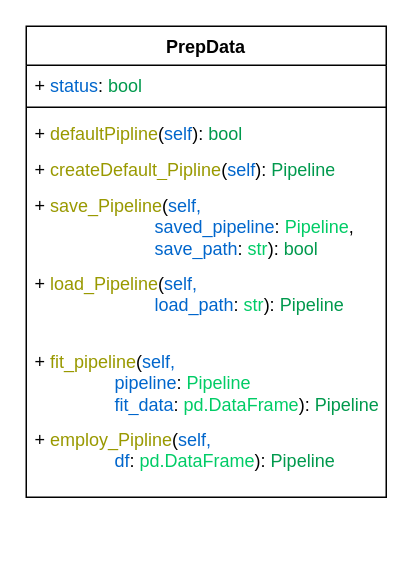
The draw.io diagram page "Классы" (1 of 2) of Diagrams.drawio in Dimitriy200/diplom_autoencoder, before the edit. Source tidied: cells renumbered, new cells numbered last; positions are measured from the earlier drawing's top-left corner, leaving out a move shared by most shapes. Both pictures are drawn from the tidied source at 150%, with x=0, y=0 at pixel (26, 26).
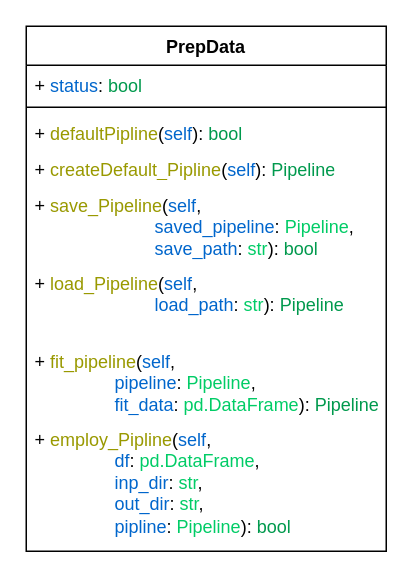
The same page after the edit.

Change to the diagram source:
```diff
@@
 <mxGraphModel>
   <root>
     <mxCell id="0" />
     <mxCell id="1" parent="0" />
     <mxCell id="2" value="PrepData" style="swimlane;fontStyle=1;align=center;verticalAlign=top;horizontal=1;startSize=26;whiteSpace=wrap;html=1;" parent="1" vertex="1">
-      <mxGeometry width="240" height="314" as="geometry" />
+      <mxGeometry width="240" height="350" as="geometry" />
     </mxCell>
     <mxCell id="3" value="+ &lt;font color=&quot;#0066cc&quot;&gt;status&lt;/font&gt;&lt;span style=&quot;background-color: initial;&quot;&gt;:&amp;nbsp;&lt;/span&gt;&lt;font style=&quot;background-color: initial;&quot; color=&quot;#00994d&quot;&gt;bool&lt;/font&gt;" style="text;strokeColor=none;fillColor=none;align=left;verticalAlign=top;spacingLeft=4;spacingRight=4;overflow=hidden;whiteSpace=wrap;html=1;" parent="2" vertex="1">
       <mxGeometry y="26" width="240" height="24" as="geometry" />
     </mxCell>
     <mxCell id="4" style="line;strokeWidth=1;fillColor=none;align=left;verticalAlign=middle;spacingTop=-1;spacingLeft=3;spacingRight=3;labelPosition=right;strokeColor=inherit;" parent="2" vertex="1">
       <mxGeometry y="50" width="240" height="8" as="geometry" />
     </mxCell>
     <mxCell id="5" value="+ &lt;font color=&quot;#999900&quot;&gt;defaultPipline&lt;/font&gt;(&lt;font color=&quot;#0066cc&quot;&gt;self&lt;/font&gt;&lt;span style=&quot;background-color: initial;&quot;&gt;):&amp;nbsp;&lt;/span&gt;&lt;font style=&quot;background-color: initial;&quot; color=&quot;#00994d&quot;&gt;bool&lt;/font&gt;" style="text;strokeColor=none;fillColor=none;align=left;verticalAlign=top;spacingLeft=4;spacingRight=4;overflow=hidden;whiteSpace=wrap;html=1;" parent="2" vertex="1">
       <mxGeometry y="58" width="240" height="24" as="geometry" />
     </mxCell>
     <mxCell id="6" value="+ &lt;font color=&quot;#999900&quot;&gt;createDefault_Pipline&lt;/font&gt;(&lt;font color=&quot;#0066cc&quot;&gt;self&lt;/font&gt;&lt;span style=&quot;background-color: initial;&quot;&gt;):&amp;nbsp;&lt;/span&gt;&lt;font color=&quot;#00994d&quot;&gt;Pipeline&lt;/font&gt;" style="text;strokeColor=none;fillColor=none;align=left;verticalAlign=top;spacingLeft=4;spacingRight=4;overflow=hidden;whiteSpace=wrap;html=1;" parent="2" vertex="1">
       <mxGeometry y="82" width="240" height="24" as="geometry" />
     </mxCell>
-    <mxCell id="7" value="+ &lt;font color=&quot;#999900&quot;&gt;save_Pipeline&lt;/font&gt;(&lt;font color=&quot;#0066cc&quot;&gt;self,&amp;nbsp;&lt;/font&gt;&lt;div&gt;&lt;font color=&quot;#0066cc&quot;&gt;&lt;span style=&quot;white-space: pre;&quot;&gt;&#9;&lt;/span&gt;&lt;span style=&quot;white-space: pre;&quot;&gt;&#9;&lt;/span&gt;&lt;span style=&quot;white-space: pre;&quot;&gt;&#9;&lt;/span&gt;saved_pipeline&lt;/font&gt;: &lt;font color=&quot;#00cc66&quot;&gt;Pipeline&lt;/font&gt;,&lt;div&gt;&lt;span style=&quot;white-space: pre;&quot;&gt;&#9;&lt;/span&gt;&lt;span style=&quot;white-space: pre;&quot;&gt;&#9;&lt;/span&gt;&lt;span style=&quot;white-space: pre;&quot;&gt;&#9;&lt;/span&gt;&lt;span style=&quot;background-color: initial;&quot;&gt;&lt;font color=&quot;#0066cc&quot;&gt;save_path&lt;/font&gt;: &lt;font color=&quot;#00cc66&quot;&gt;str&lt;/font&gt;&lt;/span&gt;&lt;span style=&quot;background-color: initial;&quot;&gt;): &lt;font color=&quot;#00994d&quot;&gt;bool&lt;/font&gt;&lt;/span&gt;&lt;/div&gt;&lt;/div&gt;" style="text;strokeColor=none;fillColor=none;align=left;verticalAlign=top;spacingLeft=4;spacingRight=4;overflow=hidden;whiteSpace=wrap;html=1;" parent="2" vertex="1">
+    <mxCell id="7" value="+ &lt;font color=&quot;#999900&quot;&gt;save_Pipeline&lt;/font&gt;(&lt;font color=&quot;#0066cc&quot;&gt;self&lt;/font&gt;,&lt;div&gt;&lt;font color=&quot;#0066cc&quot;&gt;&lt;span style=&quot;white-space: pre;&quot;&gt;&#9;&lt;/span&gt;&lt;span style=&quot;white-space: pre;&quot;&gt;&#9;&lt;/span&gt;&lt;span style=&quot;white-space: pre;&quot;&gt;&#9;&lt;/span&gt;saved_pipeline&lt;/font&gt;: &lt;font color=&quot;#00cc66&quot;&gt;Pipeline&lt;/font&gt;,&lt;div&gt;&lt;span style=&quot;white-space: pre;&quot;&gt;&#9;&lt;/span&gt;&lt;span style=&quot;white-space: pre;&quot;&gt;&#9;&lt;/span&gt;&lt;span style=&quot;white-space: pre;&quot;&gt;&#9;&lt;/span&gt;&lt;span style=&quot;background-color: initial;&quot;&gt;&lt;font color=&quot;#0066cc&quot;&gt;save_path&lt;/font&gt;: &lt;font color=&quot;#00cc66&quot;&gt;str&lt;/font&gt;&lt;/span&gt;&lt;span style=&quot;background-color: initial;&quot;&gt;): &lt;font color=&quot;#00994d&quot;&gt;bool&lt;/font&gt;&lt;/span&gt;&lt;/div&gt;&lt;/div&gt;" style="text;strokeColor=none;fillColor=none;align=left;verticalAlign=top;spacingLeft=4;spacingRight=4;overflow=hidden;whiteSpace=wrap;html=1;" parent="2" vertex="1">
       <mxGeometry y="106" width="240" height="52" as="geometry" />
     </mxCell>
-    <mxCell id="8" value="+ &lt;font color=&quot;#999900&quot;&gt;load_Pipeline&lt;/font&gt;(&lt;font color=&quot;#0066cc&quot;&gt;self,&amp;nbsp;&lt;/font&gt;&lt;div&gt;&lt;font style=&quot;background-color: initial;&quot; color=&quot;#0066cc&quot;&gt;&lt;span style=&quot;white-space: pre;&quot;&gt;&#9;&lt;/span&gt;&lt;span style=&quot;white-space: pre;&quot;&gt;&#9;&lt;/span&gt;&lt;span style=&quot;white-space: pre;&quot;&gt;&#9;&lt;/span&gt;load_path&lt;/font&gt;&lt;span style=&quot;background-color: initial;&quot;&gt;: &lt;/span&gt;&lt;font style=&quot;background-color: initial;&quot; color=&quot;#00cc66&quot;&gt;str&lt;/font&gt;&lt;span style=&quot;background-color: initial;&quot;&gt;):&amp;nbsp;&lt;/span&gt;&lt;span style=&quot;color: rgb(0, 153, 77); background-color: initial;&quot;&gt;Pipeline&lt;/span&gt;&lt;/div&gt;" style="text;strokeColor=none;fillColor=none;align=left;verticalAlign=top;spacingLeft=4;spacingRight=4;overflow=hidden;whiteSpace=wrap;html=1;" parent="2" vertex="1">
+    <mxCell id="8" value="+ &lt;font color=&quot;#999900&quot;&gt;load_Pipeline&lt;/font&gt;(&lt;font color=&quot;#0066cc&quot;&gt;self&lt;/font&gt;,&lt;div&gt;&lt;font style=&quot;background-color: initial;&quot; color=&quot;#0066cc&quot;&gt;&lt;span style=&quot;white-space: pre;&quot;&gt;&#9;&lt;/span&gt;&lt;span style=&quot;white-space: pre;&quot;&gt;&#9;&lt;/span&gt;&lt;span style=&quot;white-space: pre;&quot;&gt;&#9;&lt;/span&gt;load_path&lt;/font&gt;&lt;span style=&quot;background-color: initial;&quot;&gt;: &lt;/span&gt;&lt;font style=&quot;background-color: initial;&quot; color=&quot;#00cc66&quot;&gt;str&lt;/font&gt;&lt;span style=&quot;background-color: initial;&quot;&gt;):&amp;nbsp;&lt;/span&gt;&lt;span style=&quot;color: rgb(0, 153, 77); background-color: initial;&quot;&gt;Pipeline&lt;/span&gt;&lt;/div&gt;" style="text;strokeColor=none;fillColor=none;align=left;verticalAlign=top;spacingLeft=4;spacingRight=4;overflow=hidden;whiteSpace=wrap;html=1;" parent="2" vertex="1">
       <mxGeometry y="158" width="240" height="52" as="geometry" />
     </mxCell>
-    <mxCell id="9" value="+ &lt;font color=&quot;#999900&quot;&gt;fit_pipeline&lt;/font&gt;(&lt;font color=&quot;#0066cc&quot;&gt;self,&amp;nbsp;&lt;/font&gt;&lt;div&gt;&lt;font style=&quot;background-color: initial;&quot; color=&quot;#0066cc&quot;&gt;&lt;span style=&quot;white-space: pre;&quot;&gt;&#9;&lt;/span&gt;&lt;span style=&quot;white-space: pre;&quot;&gt;&#9;&lt;/span&gt;&lt;/font&gt;&lt;font color=&quot;#0066cc&quot;&gt;pipeline&lt;/font&gt;&lt;span style=&quot;background-color: initial;&quot;&gt;:&amp;nbsp;&lt;/span&gt;&lt;span style=&quot;background-color: initial;&quot;&gt;&lt;font color=&quot;#00cc66&quot;&gt;Pipeline&lt;/font&gt;&lt;/span&gt;&lt;/div&gt;&lt;div&gt;&lt;font style=&quot;background-color: initial;&quot; color=&quot;#0066cc&quot;&gt;&lt;span style=&quot;white-space: pre;&quot;&gt;&#9;&lt;/span&gt;&lt;span style=&quot;white-space: pre;&quot;&gt;&#9;&lt;/span&gt;&lt;/font&gt;&lt;font color=&quot;#0066cc&quot;&gt;fit_data&lt;/font&gt;&lt;span style=&quot;background-color: initial;&quot;&gt;:&amp;nbsp;&lt;/span&gt;&lt;span style=&quot;background-color: initial;&quot;&gt;&lt;font color=&quot;#00cc66&quot;&gt;pd.DataFrame&lt;/font&gt;):&amp;nbsp;&lt;/span&gt;&lt;span style=&quot;color: rgb(0, 153, 77); background-color: initial;&quot;&gt;Pipeline&lt;/span&gt;&lt;/div&gt;" style="text;strokeColor=none;fillColor=none;align=left;verticalAlign=top;spacingLeft=4;spacingRight=4;overflow=hidden;whiteSpace=wrap;html=1;" parent="2" vertex="1">
+    <mxCell id="9" value="+ &lt;font color=&quot;#999900&quot;&gt;fit_pipeline&lt;/font&gt;(&lt;font color=&quot;#0066cc&quot;&gt;self&lt;/font&gt;,&lt;div&gt;&lt;font style=&quot;background-color: initial;&quot; color=&quot;#0066cc&quot;&gt;&lt;span style=&quot;white-space: pre;&quot;&gt;&#9;&lt;/span&gt;&lt;span style=&quot;white-space: pre;&quot;&gt;&#9;&lt;/span&gt;&lt;/font&gt;&lt;font color=&quot;#0066cc&quot;&gt;pipeline&lt;/font&gt;&lt;span style=&quot;background-color: initial;&quot;&gt;:&amp;nbsp;&lt;/span&gt;&lt;span style=&quot;background-color: initial;&quot;&gt;&lt;font color=&quot;#00cc66&quot;&gt;Pipeline&lt;/font&gt;&lt;/span&gt;&lt;span style=&quot;background-color: initial;&quot;&gt;,&lt;/span&gt;&lt;/div&gt;&lt;div&gt;&lt;font style=&quot;background-color: initial;&quot; color=&quot;#0066cc&quot;&gt;&lt;span style=&quot;white-space: pre;&quot;&gt;&#9;&lt;/span&gt;&lt;span style=&quot;white-space: pre;&quot;&gt;&#9;&lt;/span&gt;&lt;/font&gt;&lt;font color=&quot;#0066cc&quot;&gt;fit_data&lt;/font&gt;&lt;span style=&quot;background-color: initial;&quot;&gt;:&amp;nbsp;&lt;/span&gt;&lt;span style=&quot;background-color: initial;&quot;&gt;&lt;font color=&quot;#00cc66&quot;&gt;pd.DataFrame&lt;/font&gt;):&amp;nbsp;&lt;/span&gt;&lt;span style=&quot;color: rgb(0, 153, 77); background-color: initial;&quot;&gt;Pipeline&lt;/span&gt;&lt;/div&gt;" style="text;strokeColor=none;fillColor=none;align=left;verticalAlign=top;spacingLeft=4;spacingRight=4;overflow=hidden;whiteSpace=wrap;html=1;" parent="2" vertex="1">
       <mxGeometry y="210" width="240" height="52" as="geometry" />
     </mxCell>
-    <mxCell id="10" value="+ &lt;font color=&quot;#999900&quot;&gt;employ_Pipline&lt;/font&gt;(&lt;font color=&quot;#0066cc&quot;&gt;self,&lt;/font&gt;&lt;div&gt;&lt;font style=&quot;background-color: initial;&quot; color=&quot;#0066cc&quot;&gt;&lt;span style=&quot;white-space: pre;&quot;&gt;&#9;&lt;/span&gt;&lt;span style=&quot;white-space: pre;&quot;&gt;&#9;&lt;/span&gt;&lt;/font&gt;&lt;font color=&quot;#0066cc&quot;&gt;df&lt;/font&gt;&lt;span style=&quot;background-color: initial;&quot;&gt;:&amp;nbsp;&lt;/span&gt;&lt;span style=&quot;background-color: initial;&quot;&gt;&lt;font color=&quot;#00cc66&quot;&gt;pd.DataFrame&lt;/font&gt;):&amp;nbsp;&lt;/span&gt;&lt;span style=&quot;color: rgb(0, 153, 77); background-color: initial;&quot;&gt;Pipeline&lt;/span&gt;&lt;/div&gt;" style="text;strokeColor=none;fillColor=none;align=left;verticalAlign=top;spacingLeft=4;spacingRight=4;overflow=hidden;whiteSpace=wrap;html=1;" parent="2" vertex="1">
-      <mxGeometry y="262" width="240" height="52" as="geometry" />
+    <mxCell id="10" value="+ &lt;font color=&quot;#999900&quot;&gt;employ_Pipline&lt;/font&gt;(&lt;font color=&quot;#0066cc&quot;&gt;self&lt;/font&gt;,&lt;div&gt;&lt;font style=&quot;background-color: initial;&quot; color=&quot;#0066cc&quot;&gt;&lt;span style=&quot;white-space: pre;&quot;&gt;&#9;&lt;/span&gt;&lt;span style=&quot;white-space: pre;&quot;&gt;&#9;&lt;/span&gt;&lt;/font&gt;&lt;font color=&quot;#0066cc&quot;&gt;df&lt;/font&gt;&lt;span style=&quot;background-color: initial;&quot;&gt;:&amp;nbsp;&lt;/span&gt;&lt;span style=&quot;background-color: initial;&quot;&gt;&lt;font color=&quot;#00cc66&quot;&gt;pd.DataFrame&lt;/font&gt;&lt;/span&gt;&lt;span style=&quot;background-color: initial;&quot;&gt;,&amp;nbsp;&lt;/span&gt;&lt;/div&gt;&lt;div&gt;&lt;font style=&quot;background-color: initial;&quot; color=&quot;#0066cc&quot;&gt;&lt;span style=&quot;white-space: pre;&quot;&gt;&#9;&lt;/span&gt;&lt;span style=&quot;white-space: pre;&quot;&gt;&#9;&lt;/span&gt;&lt;/font&gt;&lt;font color=&quot;#0066cc&quot;&gt;inp_dir&lt;/font&gt;&lt;span style=&quot;background-color: initial;&quot;&gt;:&amp;nbsp;&lt;/span&gt;&lt;span style=&quot;background-color: initial;&quot;&gt;&lt;font color=&quot;#00cc66&quot;&gt;str&lt;/font&gt;,&amp;nbsp;&lt;/span&gt;&lt;/div&gt;&lt;div&gt;&lt;font style=&quot;background-color: initial;&quot; color=&quot;#0066cc&quot;&gt;&lt;span style=&quot;white-space: pre;&quot;&gt;&#9;&lt;/span&gt;&lt;span style=&quot;white-space: pre;&quot;&gt;&#9;&lt;/span&gt;&lt;/font&gt;&lt;font color=&quot;#0066cc&quot;&gt;out_dir&lt;/font&gt;&lt;span style=&quot;background-color: initial;&quot;&gt;:&amp;nbsp;&lt;/span&gt;&lt;span style=&quot;background-color: initial;&quot;&gt;&lt;font color=&quot;#00cc66&quot;&gt;str&lt;/font&gt;,&amp;nbsp;&lt;/span&gt;&lt;/div&gt;&lt;div&gt;&lt;font style=&quot;background-color: initial;&quot; color=&quot;#0066cc&quot;&gt;&lt;span style=&quot;white-space: pre;&quot;&gt;&#9;&lt;/span&gt;&lt;span style=&quot;white-space: pre;&quot;&gt;&#9;&lt;/span&gt;&lt;/font&gt;&lt;font color=&quot;#0066cc&quot;&gt;pipline&lt;/font&gt;&lt;span style=&quot;background-color: initial;&quot;&gt;:&amp;nbsp;&lt;/span&gt;&lt;span style=&quot;background-color: initial;&quot;&gt;&lt;font color=&quot;#00cc66&quot;&gt;Pipeline&lt;/font&gt;):&amp;nbsp;&lt;/span&gt;&lt;span style=&quot;background-color: initial;&quot;&gt;&lt;font color=&quot;#00994d&quot;&gt;bool&lt;/font&gt;&lt;/span&gt;&lt;/div&gt;" style="text;strokeColor=none;fillColor=none;align=left;verticalAlign=top;spacingLeft=4;spacingRight=4;overflow=hidden;whiteSpace=wrap;html=1;" parent="2" vertex="1">
+      <mxGeometry y="262" width="240" height="88" as="geometry" />
     </mxCell>
   </root>
 </mxGraphModel>
```
